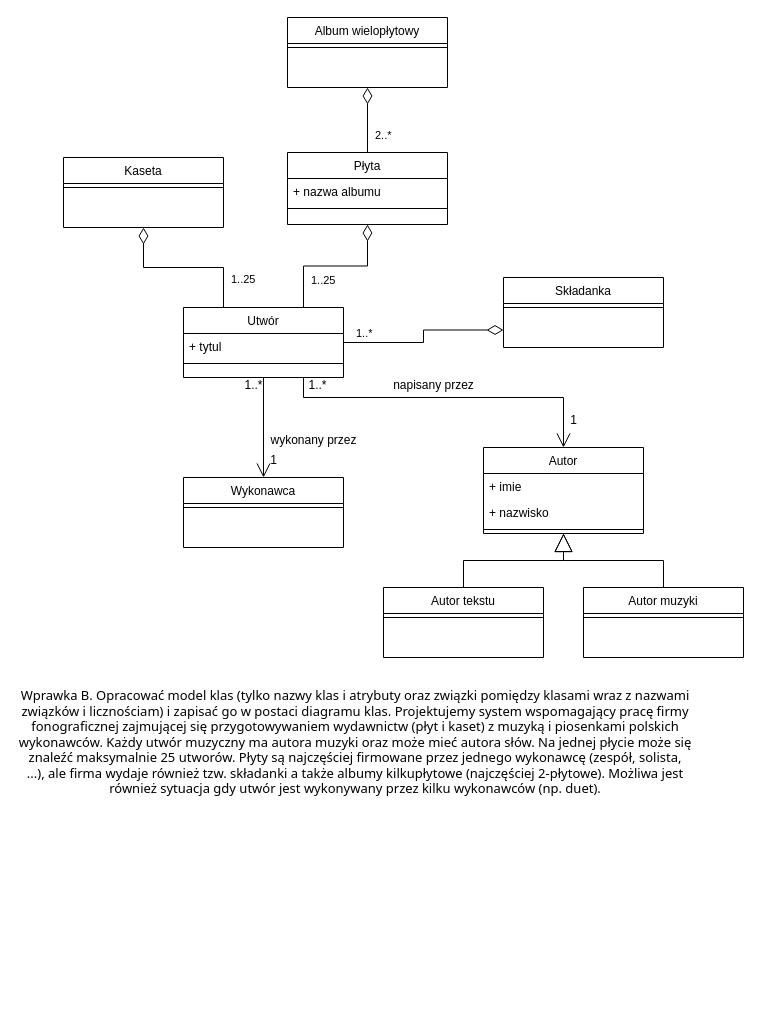
The draw.io diagram Diagram_klas.drawio in MichjuX/UML_Diagrams, before the edit. Source tidied: cells renumbered, new cells numbered last; positions are measured from the earlier drawing's top-left corner, leaving out a move shared by most shapes. Both pictures are drawn from the tidied source at 100%, with x=0, y=0 at pixel (17, 17).
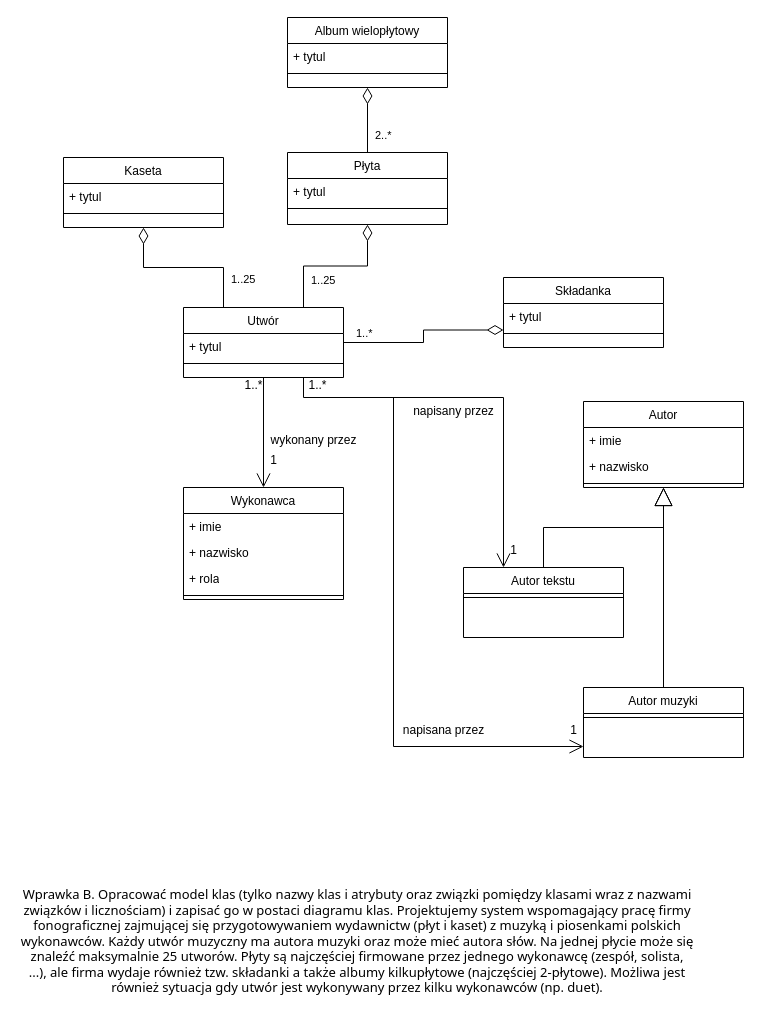
The same page after the edit.

Unchanged cells that the change refers to:
```xml
<mxCell id="2" value="Płyta" style="swimlane;fontStyle=0;align=center;verticalAlign=top;horizontal=1;startSize=26;rounded=0;shadow=0;strokeWidth=1;" parent="1" vertex="1">
  <mxGeometry x="270" y="135" width="160" height="72" as="geometry" />
</mxCell>
<mxCell id="5" value="Kaseta" style="swimlane;fontStyle=0;align=center;verticalAlign=top;horizontal=1;startSize=26;rounded=0;shadow=0;strokeWidth=1;" parent="1" vertex="1">
  <mxGeometry x="46" y="140" width="160" height="70" as="geometry" />
</mxCell>
<mxCell id="7" value="Składanka&#10;" style="swimlane;fontStyle=0;align=center;verticalAlign=top;horizontal=1;startSize=26;rounded=0;shadow=0;strokeWidth=1;" parent="1" vertex="1">
  <mxGeometry x="486" y="260" width="160" height="70" as="geometry" />
</mxCell>
<mxCell id="9" value="Utwór" style="swimlane;fontStyle=0;align=center;verticalAlign=top;horizontal=1;startSize=26;rounded=0;shadow=0;strokeWidth=1;" parent="1" vertex="1">
  <mxGeometry x="166" y="290" width="160" height="70" as="geometry" />
</mxCell>
<mxCell id="14" value="Album wielopłytowy&#10;" style="swimlane;fontStyle=0;align=center;verticalAlign=top;horizontal=1;startSize=26;rounded=0;shadow=0;strokeWidth=1;" parent="1" vertex="1">
  <mxGeometry x="270" width="160" height="70" as="geometry" />
</mxCell>
<mxCell id="38" value="1..*" style="text;align=center;fontStyle=0;verticalAlign=middle;spacingLeft=3;spacingRight=3;strokeColor=none;points=[[0,0.5],[1,0.5]];portConstraint=eastwest;html=1;" parent="1" vertex="1">
  <mxGeometry x="260" y="354.5" width="80" height="26" as="geometry" />
</mxCell>
```

Change to the diagram source:
```diff
@@
-    <mxCell id="3" value="+ nazwa albumu" style="text;strokeColor=none;fillColor=none;align=left;verticalAlign=top;spacingLeft=4;spacingRight=4;overflow=hidden;whiteSpace=wrap;html=1;" parent="2" vertex="1">
+    <mxCell id="3" value="+ tytul" style="text;strokeColor=none;fillColor=none;align=left;verticalAlign=top;spacingLeft=4;spacingRight=4;overflow=hidden;whiteSpace=wrap;html=1;" parent="2" vertex="1">
       <mxGeometry y="26" width="160" height="26" as="geometry" />
     </mxCell>
@@
+    <mxCell id="39" value="+ tytul" style="text;strokeColor=none;fillColor=none;align=left;verticalAlign=top;spacingLeft=4;spacingRight=4;overflow=hidden;whiteSpace=wrap;html=1;" parent="5" vertex="1">
+      <mxGeometry y="26" width="160" height="26" as="geometry" />
+    </mxCell>
     <mxCell id="6" style="line;html=1;strokeWidth=1;align=left;verticalAlign=middle;spacingTop=-1;spacingLeft=3;spacingRight=3;labelPosition=right;" parent="5" vertex="1">
-      <mxGeometry y="26" width="160" height="8" as="geometry" />
+      <mxGeometry y="52" width="160" height="8" as="geometry" />
     </mxCell>
@@
+    <mxCell id="40" value="+ tytul" style="text;strokeColor=none;fillColor=none;align=left;verticalAlign=top;spacingLeft=4;spacingRight=4;overflow=hidden;whiteSpace=wrap;html=1;" parent="7" vertex="1">
+      <mxGeometry y="26" width="160" height="26" as="geometry" />
+    </mxCell>
     <mxCell id="8" style="line;html=1;strokeWidth=1;align=left;verticalAlign=middle;spacingTop=-1;spacingLeft=3;spacingRight=3;labelPosition=right;" parent="7" vertex="1">
-      <mxGeometry y="26" width="160" height="8" as="geometry" />
+      <mxGeometry y="52" width="160" height="8" as="geometry" />
     </mxCell>
@@
     <mxCell id="12" value="Wykonawca" style="swimlane;fontStyle=0;align=center;verticalAlign=top;horizontal=1;startSize=26;rounded=0;shadow=0;strokeWidth=1;" parent="1" vertex="1">
-      <mxGeometry x="166" y="460" width="160" height="70" as="geometry" />
+      <mxGeometry x="166" y="470" width="160" height="112" as="geometry" />
     </mxCell>
+    <mxCell id="41" value="+ imie" style="text;strokeColor=none;fillColor=none;align=left;verticalAlign=top;spacingLeft=4;spacingRight=4;overflow=hidden;whiteSpace=wrap;html=1;" parent="12" vertex="1">
+      <mxGeometry y="26" width="160" height="26" as="geometry" />
+    </mxCell>
+    <mxCell id="42" value="+ nazwisko" style="text;strokeColor=none;fillColor=none;align=left;verticalAlign=top;spacingLeft=4;spacingRight=4;overflow=hidden;whiteSpace=wrap;html=1;" parent="12" vertex="1">
+      <mxGeometry y="52" width="160" height="26" as="geometry" />
+    </mxCell>
+    <mxCell id="43" value="+ rola" style="text;strokeColor=none;fillColor=none;align=left;verticalAlign=top;spacingLeft=4;spacingRight=4;overflow=hidden;whiteSpace=wrap;html=1;" parent="12" vertex="1">
+      <mxGeometry y="78" width="160" height="26" as="geometry" />
+    </mxCell>
     <mxCell id="13" style="line;html=1;strokeWidth=1;align=left;verticalAlign=middle;spacingTop=-1;spacingLeft=3;spacingRight=3;labelPosition=right;" parent="12" vertex="1">
-      <mxGeometry y="26" width="160" height="8" as="geometry" />
+      <mxGeometry y="104" width="160" height="8" as="geometry" />
     </mxCell>
@@
+    <mxCell id="44" value="+ tytul" style="text;strokeColor=none;fillColor=none;align=left;verticalAlign=top;spacingLeft=4;spacingRight=4;overflow=hidden;whiteSpace=wrap;html=1;" parent="14" vertex="1">
+      <mxGeometry y="26" width="160" height="26" as="geometry" />
+    </mxCell>
     <mxCell id="15" style="line;html=1;strokeWidth=1;align=left;verticalAlign=middle;spacingTop=-1;spacingLeft=3;spacingRight=3;labelPosition=right;" parent="14" vertex="1">
-      <mxGeometry y="26" width="160" height="8" as="geometry" />
+      <mxGeometry y="52" width="160" height="8" as="geometry" />
     </mxCell>
@@
     <mxCell id="17" value="Autor" style="swimlane;fontStyle=0;align=center;verticalAlign=top;horizontal=1;startSize=26;rounded=0;shadow=0;strokeWidth=1;" parent="1" vertex="1">
-      <mxGeometry x="466" y="430" width="160" height="86" as="geometry" />
+      <mxGeometry x="566" y="384" width="160" height="86" as="geometry" />
     </mxCell>
@@
     <mxCell id="21" value="&lt;span style=&quot;font-size: small; text-align: start;&quot;&gt;&lt;font face=&quot;Tahoma&quot;&gt;Wprawka B. Opracować model klas (tylko nazwy klas i atrybuty oraz związki pomiędzy klasami wraz z nazwami związków i licznościam) i zapisać go w postaci diagramu klas. Projektujemy system wspomagający pracę firmy fonograficznej zajmującej się przygotowywaniem wydawnictw (płyt i kaset) z muzyką i piosenkami polskich wykonawców. Każdy utwór muzyczny ma autora muzyki oraz może mieć autora słów. Na jednej płycie może się znaleźć maksymalnie 25 utworów. Płyty są najczęściej firmowane przez jednego wykonawcę (zespół, solista, ...), ale firma wydaje również tzw. składanki a także albumy kilkupłytowe (najczęściej 2-płytowe). Możliwa jest również sytuacja gdy utwór jest wykonywany przez kilku wykonawców (np. duet).&lt;/font&gt;&lt;/span&gt;" style="text;html=1;align=center;verticalAlign=middle;whiteSpace=wrap;rounded=0;" parent="1" vertex="1">
-      <mxGeometry y="710" width="676" height="30" as="geometry" />
+      <mxGeometry x="2" y="909" width="676" height="30" as="geometry" />
     </mxCell>
     <mxCell id="22" value="Autor muzyki" style="swimlane;fontStyle=0;align=center;verticalAlign=top;horizontal=1;startSize=26;rounded=0;shadow=0;strokeWidth=1;" parent="1" vertex="1">
-      <mxGeometry x="566" y="570" width="160" height="70" as="geometry" />
+      <mxGeometry x="566" y="670" width="160" height="70" as="geometry" />
     </mxCell>
@@
     <mxCell id="24" value="Autor tekstu" style="swimlane;fontStyle=0;align=center;verticalAlign=top;horizontal=1;startSize=26;rounded=0;shadow=0;strokeWidth=1;" parent="1" vertex="1">
-      <mxGeometry x="366" y="570" width="160" height="70" as="geometry" />
+      <mxGeometry x="446" y="550" width="160" height="70" as="geometry" />
     </mxCell>
@@
-    <mxCell id="33" style="endArrow=open;endFill=1;endSize=12;html=1;rounded=0;exitX=0.75;exitY=1;exitDx=0;exitDy=0;entryX=0.5;entryY=0;entryDx=0;entryDy=0;edgeStyle=orthogonalEdgeStyle;" parent="1" edge="1" source="9" target="17">
+    <mxCell id="33" style="endArrow=open;endFill=1;endSize=12;html=1;rounded=0;exitX=0.75;exitY=1;exitDx=0;exitDy=0;edgeStyle=orthogonalEdgeStyle;" parent="1" edge="1" source="9">
       <mxGeometry relative="1" as="geometry">
+        <mxPoint x="486" y="550" as="targetPoint" />
         <Array as="points">
           <mxPoint x="286" y="380" />
-          <mxPoint x="546" y="380" />
+          <mxPoint x="486" y="380" />
         </Array>
       </mxGeometry>
     </mxCell>
     <mxCell id="34" value="napisany przez" style="text;align=center;fontStyle=0;verticalAlign=middle;spacingLeft=3;spacingRight=3;strokeColor=none;html=1;" parent="1" vertex="1">
-      <mxGeometry x="376" y="355" width="80" height="26" as="geometry" />
+      <mxGeometry x="396" y="380.5" width="80" height="26" as="geometry" />
     </mxCell>
     <mxCell id="35" value="1" style="text;align=center;fontStyle=0;verticalAlign=middle;spacingLeft=3;spacingRight=3;strokeColor=none;html=1;" parent="1" vertex="1">
-      <mxGeometry x="516" y="390" width="80" height="26" as="geometry" />
+      <mxGeometry x="456" y="520" width="80" height="26" as="geometry" />
     </mxCell>
@@
+    <mxCell id="45" style="endArrow=open;endFill=1;endSize=12;html=1;rounded=0;edgeStyle=orthogonalEdgeStyle;entryX=0;entryY=0.5;entryDx=0;entryDy=0;" parent="1" edge="1" source="38">
+      <mxGeometry relative="1" as="geometry">
+        <mxPoint x="566" y="729" as="targetPoint" />
+        <Array as="points">
+          <mxPoint x="376" y="380" />
+          <mxPoint x="376" y="729" />
+        </Array>
+      </mxGeometry>
+    </mxCell>
+    <mxCell id="46" value="napisana przez" style="text;align=center;fontStyle=0;verticalAlign=middle;spacingLeft=3;spacingRight=3;strokeColor=none;html=1;" parent="1" vertex="1">
+      <mxGeometry x="386" y="700" width="80" height="26" as="geometry" />
+    </mxCell>
+    <mxCell id="47" value="1" style="text;align=center;fontStyle=0;verticalAlign=middle;spacingLeft=3;spacingRight=3;strokeColor=none;html=1;" parent="1" vertex="1">
+      <mxGeometry x="516" y="700" width="80" height="26" as="geometry" />
+    </mxCell>
```
